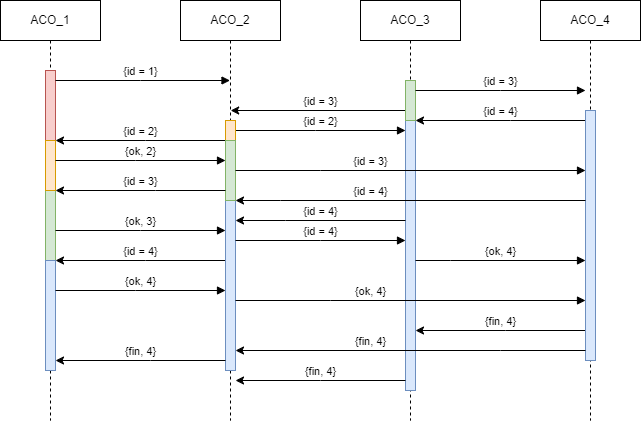
This is Relazione/images/ticket_master_election.png from kr0bi/distributed-systems, a draw.io export, as it was before one commit. Source tidied: cells renumbered, new cells last; positions are measured from the earlier drawing's top-left corner, leaving out a move shared by most shapes.
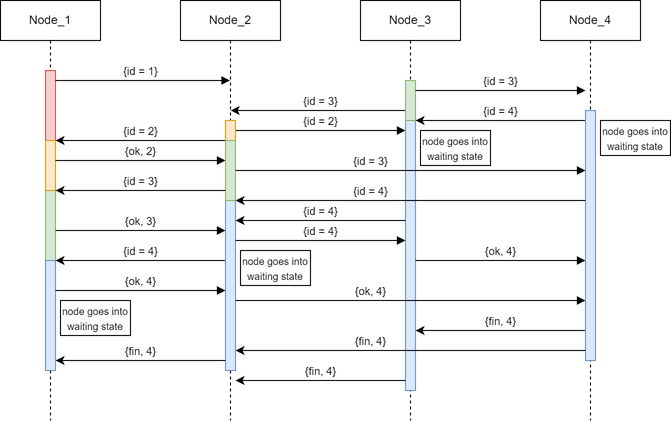
After the commit.

The edit, as a diff of the source:
```diff
@@ -28,7 +28,7 @@
         </Array>
       </mxGeometry>
     </mxCell>
-    <mxCell id="5" value="ACO_1" style="shape=umlLifeline;perimeter=lifelinePerimeter;whiteSpace=wrap;html=1;newEdgeStyle={&quot;edgeStyle&quot;:&quot;elbowEdgeStyle&quot;,&quot;elbow&quot;:&quot;vertical&quot;,&quot;curved&quot;:0,&quot;rounded&quot;:0};" parent="1" vertex="1">
+    <mxCell id="5" value="Node_1" style="shape=umlLifeline;perimeter=lifelinePerimeter;whiteSpace=wrap;html=1;newEdgeStyle={&quot;edgeStyle&quot;:&quot;elbowEdgeStyle&quot;,&quot;elbow&quot;:&quot;vertical&quot;,&quot;curved&quot;:0,&quot;rounded&quot;:0};" parent="1" vertex="1">
       <mxGeometry width="100" height="420" as="geometry" />
     </mxCell>
     <mxCell id="6" style="html=1;points=[];perimeter=orthogonalPerimeter;outlineConnect=0;targetShapes=umlLifeline;portConstraint=eastwest;newEdgeStyle={&quot;edgeStyle&quot;:&quot;elbowEdgeStyle&quot;,&quot;elbow&quot;:&quot;vertical&quot;,&quot;curved&quot;:0,&quot;rounded&quot;:0};fillColor=#f8cecc;strokeColor=#b85450;" parent="5" vertex="1">
@@ -43,7 +43,7 @@
     <mxCell id="9" style="html=1;points=[];perimeter=orthogonalPerimeter;outlineConnect=0;targetShapes=umlLifeline;portConstraint=eastwest;newEdgeStyle={&quot;edgeStyle&quot;:&quot;elbowEdgeStyle&quot;,&quot;elbow&quot;:&quot;vertical&quot;,&quot;curved&quot;:0,&quot;rounded&quot;:0};fillColor=#dae8fc;strokeColor=#6c8ebf;" parent="5" vertex="1">
       <mxGeometry x="45" y="260" width="10" height="110" as="geometry" />
     </mxCell>
-    <mxCell id="10" value="ACO_2" style="shape=umlLifeline;perimeter=lifelinePerimeter;whiteSpace=wrap;html=1;outlineConnect=0;portConstraint=eastwest;newEdgeStyle={&quot;edgeStyle&quot;:&quot;elbowEdgeStyle&quot;,&quot;elbow&quot;:&quot;vertical&quot;,&quot;curved&quot;:0,&quot;rounded&quot;:0};" parent="1" vertex="1">
+    <mxCell id="10" value="Node_2" style="shape=umlLifeline;perimeter=lifelinePerimeter;whiteSpace=wrap;html=1;outlineConnect=0;portConstraint=eastwest;newEdgeStyle={&quot;edgeStyle&quot;:&quot;elbowEdgeStyle&quot;,&quot;elbow&quot;:&quot;vertical&quot;,&quot;curved&quot;:0,&quot;rounded&quot;:0};" parent="1" vertex="1">
       <mxGeometry x="180" width="100" height="420" as="geometry" />
     </mxCell>
     <mxCell id="11" style="html=1;points=[];perimeter=orthogonalPerimeter;outlineConnect=0;targetShapes=umlLifeline;portConstraint=eastwest;newEdgeStyle={&quot;edgeStyle&quot;:&quot;elbowEdgeStyle&quot;,&quot;elbow&quot;:&quot;vertical&quot;,&quot;curved&quot;:0,&quot;rounded&quot;:0};fillColor=#ffe6cc;strokeColor=#d79b00;" parent="10" vertex="1">
@@ -62,7 +62,7 @@
         </Array>
       </mxGeometry>
     </mxCell>
-    <mxCell id="15" value="ACO_3" style="shape=umlLifeline;perimeter=lifelinePerimeter;whiteSpace=wrap;html=1;newEdgeStyle={&quot;edgeStyle&quot;:&quot;elbowEdgeStyle&quot;,&quot;elbow&quot;:&quot;vertical&quot;,&quot;curved&quot;:0,&quot;rounded&quot;:0};" parent="1" vertex="1">
+    <mxCell id="15" value="Node_3" style="shape=umlLifeline;perimeter=lifelinePerimeter;whiteSpace=wrap;html=1;newEdgeStyle={&quot;edgeStyle&quot;:&quot;elbowEdgeStyle&quot;,&quot;elbow&quot;:&quot;vertical&quot;,&quot;curved&quot;:0,&quot;rounded&quot;:0};" parent="1" vertex="1">
       <mxGeometry x="360" width="100" height="420" as="geometry" />
     </mxCell>
     <mxCell id="16" style="html=1;points=[];perimeter=orthogonalPerimeter;outlineConnect=0;targetShapes=umlLifeline;portConstraint=eastwest;newEdgeStyle={&quot;edgeStyle&quot;:&quot;elbowEdgeStyle&quot;,&quot;elbow&quot;:&quot;vertical&quot;,&quot;curved&quot;:0,&quot;rounded&quot;:0};fillColor=#dae8fc;strokeColor=#6c8ebf;" parent="15" vertex="1">
@@ -71,7 +71,7 @@
     <mxCell id="17" style="html=1;points=[];perimeter=orthogonalPerimeter;outlineConnect=0;targetShapes=umlLifeline;portConstraint=eastwest;newEdgeStyle={&quot;edgeStyle&quot;:&quot;elbowEdgeStyle&quot;,&quot;elbow&quot;:&quot;vertical&quot;,&quot;curved&quot;:0,&quot;rounded&quot;:0};fillColor=#d5e8d4;strokeColor=#82b366;" parent="15" vertex="1">
       <mxGeometry x="45" y="80" width="10" height="40" as="geometry" />
     </mxCell>
-    <mxCell id="18" value="ACO_4" style="shape=umlLifeline;perimeter=lifelinePerimeter;whiteSpace=wrap;html=1;newEdgeStyle={&quot;edgeStyle&quot;:&quot;elbowEdgeStyle&quot;,&quot;elbow&quot;:&quot;vertical&quot;,&quot;curved&quot;:0,&quot;rounded&quot;:0};" parent="1" vertex="1">
+    <mxCell id="18" value="Node_4" style="shape=umlLifeline;perimeter=lifelinePerimeter;whiteSpace=wrap;html=1;newEdgeStyle={&quot;edgeStyle&quot;:&quot;elbowEdgeStyle&quot;,&quot;elbow&quot;:&quot;vertical&quot;,&quot;curved&quot;:0,&quot;rounded&quot;:0};" parent="1" vertex="1">
       <mxGeometry x="540" width="100" height="420" as="geometry" />
     </mxCell>
     <mxCell id="19" style="html=1;points=[];perimeter=orthogonalPerimeter;outlineConnect=0;targetShapes=umlLifeline;portConstraint=eastwest;newEdgeStyle={&quot;edgeStyle&quot;:&quot;elbowEdgeStyle&quot;,&quot;elbow&quot;:&quot;vertical&quot;,&quot;curved&quot;:0,&quot;rounded&quot;:0};fillColor=#dae8fc;strokeColor=#6c8ebf;" parent="18" vertex="1">
@@ -212,5 +212,17 @@
         </Array>
       </mxGeometry>
     </mxCell>
+    <mxCell id="37" value="&lt;font style=&quot;font-size: 10px;&quot;&gt;node goes into waiting state&lt;/font&gt;" style="rounded=0;whiteSpace=wrap;html=1;" parent="1" vertex="1">
+      <mxGeometry x="600" y="120" width="70" height="35" as="geometry" />
+    </mxCell>
+    <mxCell id="38" value="&lt;font style=&quot;font-size: 10px;&quot;&gt;node goes into waiting state&lt;/font&gt;" style="rounded=0;whiteSpace=wrap;html=1;" parent="1" vertex="1">
+      <mxGeometry x="420" y="130" width="70" height="35" as="geometry" />
+    </mxCell>
+    <mxCell id="39" value="&lt;font style=&quot;font-size: 10px;&quot;&gt;node goes into waiting state&lt;/font&gt;" style="rounded=0;whiteSpace=wrap;html=1;" parent="1" vertex="1">
+      <mxGeometry x="240" y="250" width="70" height="35" as="geometry" />
+    </mxCell>
+    <mxCell id="40" value="&lt;font style=&quot;font-size: 10px;&quot;&gt;node goes into waiting state&lt;/font&gt;" style="rounded=0;whiteSpace=wrap;html=1;" parent="1" vertex="1">
+      <mxGeometry x="60" y="300" width="70" height="35" as="geometry" />
+    </mxCell>
   </root>
 </mxGraphModel>
```
